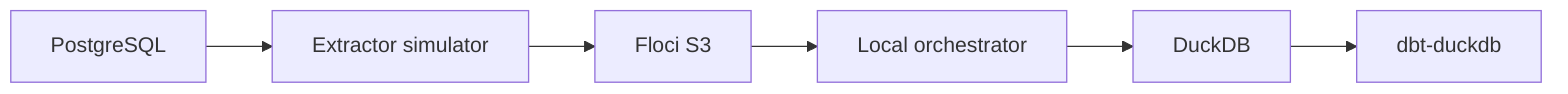
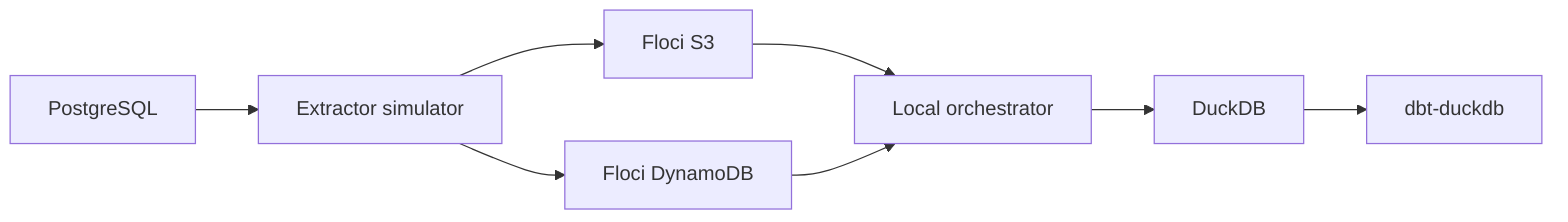
flowchart LR
  postgres["PostgreSQL"] --> extractor["Extractor simulator"]
-   extractor --> floci["Floci S3"]
-   floci --> orchestrator["Local orchestrator"]
+   extractor --> floci_s3["Floci S3"]
+   extractor --> floci_ddb["Floci DynamoDB"]
+   floci_s3 --> orchestrator["Local orchestrator"]
+   floci_ddb --> orchestrator
  orchestrator --> duckdb["DuckDB"]
  duckdb --> dbt["dbt-duckdb"]
